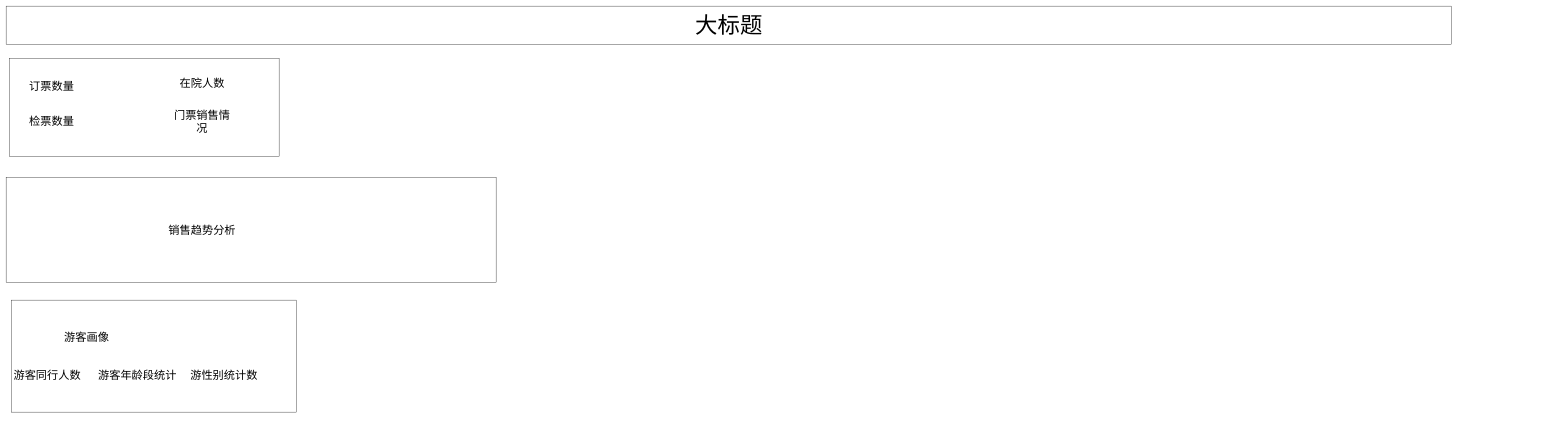
The draw.io diagram 未命名绘图.drawio in bici-fed/drawio_note, before the edit. Source tidied: cells renumbered, new cells numbered last; positions are measured from the earlier drawing's top-left corner, leaving out a move shared by most shapes. Both pictures are drawn from the tidied source at 35%, with x=0, y=0 at pixel (6, 6).
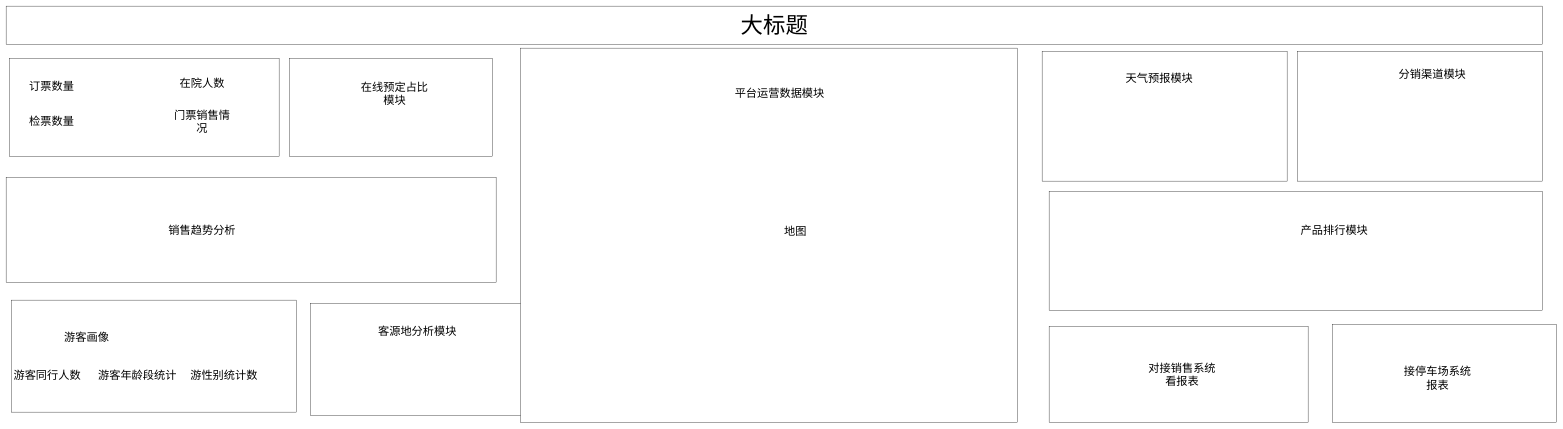
The same diagram, later.

The edit, as a diff of the source:
```diff
@@
     <mxCell id="2" value="大标题" style="rounded=0;whiteSpace=wrap;html=1;fontSize=64;" parent="1" vertex="1">
-      <mxGeometry width="4130" height="110" as="geometry" />
+      <mxGeometry width="4390" height="110" as="geometry" />
     </mxCell>
@@
+    <mxCell id="15" style="rounded=0;whiteSpace=wrap;html=1;" parent="1" vertex="1">
+      <mxGeometry x="870" y="850" width="610" height="320" as="geometry" />
+    </mxCell>
+    <mxCell id="16" value="客源地分析模块" style="text;html=1;align=center;verticalAlign=middle;whiteSpace=wrap;rounded=0;fontSize=32;" parent="1" vertex="1">
+      <mxGeometry x="1055" y="900" width="240" height="60" as="geometry" />
+    </mxCell>
+    <mxCell id="17" style="rounded=0;whiteSpace=wrap;html=1;" parent="1" vertex="1">
+      <mxGeometry x="1470" y="120" width="1420" height="1070" as="geometry" />
+    </mxCell>
+    <mxCell id="18" value="&lt;span style=&quot;text-align: start; font-size: 32px; font-family: DengXian;&quot;&gt;平台运营数据模块&lt;/span&gt;&lt;span style=&quot;font-size: 32px; text-align: start;&quot;&gt;&lt;/span&gt;" style="text;html=1;align=center;verticalAlign=middle;whiteSpace=wrap;rounded=0;fontSize=32;" parent="1" vertex="1">
+      <mxGeometry x="2010" y="190" width="400" height="120" as="geometry" />
+    </mxCell>
+    <mxCell id="19" value="地图" style="text;html=1;align=center;verticalAlign=middle;whiteSpace=wrap;rounded=0;fontSize=32;" parent="1" vertex="1">
+      <mxGeometry x="2080" y="584" width="350" height="120" as="geometry" />
+    </mxCell>
+    <mxCell id="20" style="rounded=0;whiteSpace=wrap;html=1;" parent="1" vertex="1">
+      <mxGeometry x="2960" y="130" width="700" height="370" as="geometry" />
+    </mxCell>
+    <mxCell id="21" value="天气预报模块" style="text;html=1;align=center;verticalAlign=middle;whiteSpace=wrap;rounded=0;fontSize=32;" parent="1" vertex="1">
+      <mxGeometry x="3180" y="190" width="230" height="30" as="geometry" />
+    </mxCell>
+    <mxCell id="22" style="rounded=0;whiteSpace=wrap;html=1;" parent="1" vertex="1">
+      <mxGeometry x="3690" y="130" width="700" height="370" as="geometry" />
+    </mxCell>
+    <mxCell id="23" value="分销渠道模块" style="text;html=1;align=center;verticalAlign=middle;whiteSpace=wrap;rounded=0;fontSize=32;" parent="1" vertex="1">
+      <mxGeometry x="3960" y="180" width="230" height="30" as="geometry" />
+    </mxCell>
+    <mxCell id="24" style="rounded=0;whiteSpace=wrap;html=1;fontSize=32;" parent="1" vertex="1">
+      <mxGeometry x="2980" y="530" width="1410" height="340" as="geometry" />
+    </mxCell>
+    <mxCell id="25" value="产品排行模块" style="text;html=1;align=center;verticalAlign=middle;whiteSpace=wrap;rounded=0;fontSize=32;" parent="1" vertex="1">
+      <mxGeometry x="3650" y="605" width="290" height="70" as="geometry" />
+    </mxCell>
+    <mxCell id="26" style="rounded=0;whiteSpace=wrap;html=1;" parent="1" vertex="1">
+      <mxGeometry x="810" y="150" width="580" height="280" as="geometry" />
+    </mxCell>
+    <mxCell id="27" value="在线预定占比模块" style="text;html=1;align=center;verticalAlign=middle;whiteSpace=wrap;rounded=0;fontSize=32;" parent="1" vertex="1">
+      <mxGeometry x="1000" y="225" width="220" height="50" as="geometry" />
+    </mxCell>
+    <mxCell id="28" style="rounded=0;whiteSpace=wrap;html=1;" parent="1" vertex="1">
+      <mxGeometry x="2980" y="915" width="740" height="275" as="geometry" />
+    </mxCell>
+    <mxCell id="29" value="对接销售系统看报表" style="text;html=1;align=center;verticalAlign=middle;whiteSpace=wrap;rounded=0;fontSize=32;" parent="1" vertex="1">
+      <mxGeometry x="3260" y="1037.5" width="200" height="30" as="geometry" />
+    </mxCell>
+    <mxCell id="30" style="rounded=0;whiteSpace=wrap;html=1;" parent="1" vertex="1">
+      <mxGeometry x="3790" y="910" width="640" height="280" as="geometry" />
+    </mxCell>
+    <mxCell id="31" value="接停车场系统报表" style="text;html=1;align=center;verticalAlign=middle;whiteSpace=wrap;rounded=0;fontSize=32;" parent="1" vertex="1">
+      <mxGeometry x="3990" y="1047.5" width="200" height="30" as="geometry" />
+    </mxCell>
```
